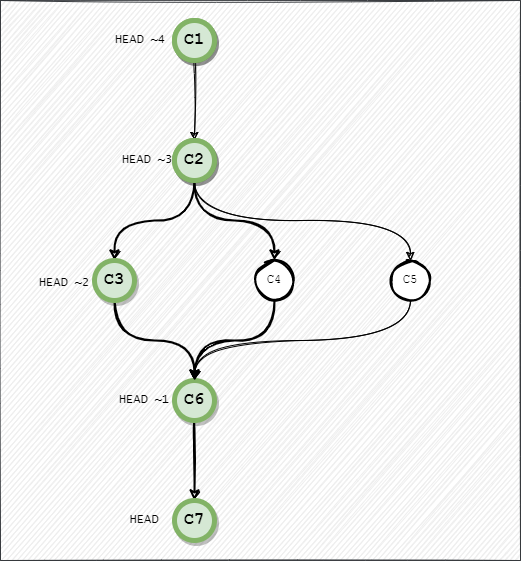
Earlier version of the draw.io export Assets/images/git-selectors-tilde.png (braboj/tutorial-git). Source tidied: cells renumbered, new cells last; positions are measured from the earlier drawing's top-left corner, leaving out a move shared by most shapes.
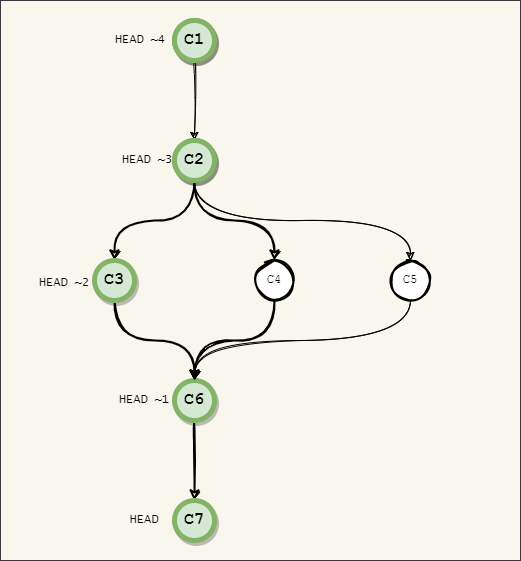
Above is the later version.

The edit, as a diff of the source:
```diff
@@ -2,7 +2,7 @@
   <root>
     <mxCell id="0" />
     <mxCell id="1" parent="0" />
-    <mxCell id="2" style="whiteSpace=wrap;html=1;shadow=0;fillStyle=auto;sketch=1;fillColor=#EEEEEE;strokeColor=#36393d;" parent="1" vertex="1">
+    <mxCell id="2" style="whiteSpace=wrap;html=1;shadow=0;fillStyle=auto;sketch=0;fillColor=#f9f7ed;strokeColor=#36393d;" parent="1" vertex="1">
       <mxGeometry width="520" height="560" as="geometry" />
     </mxCell>
     <mxCell id="3" style="edgeStyle=orthogonalEdgeStyle;jettySize=auto;html=1;exitX=0.5;exitY=1;exitDx=0;exitDy=0;sketch=1;curved=1;" parent="1" edge="1" source="15" target="7">
```
